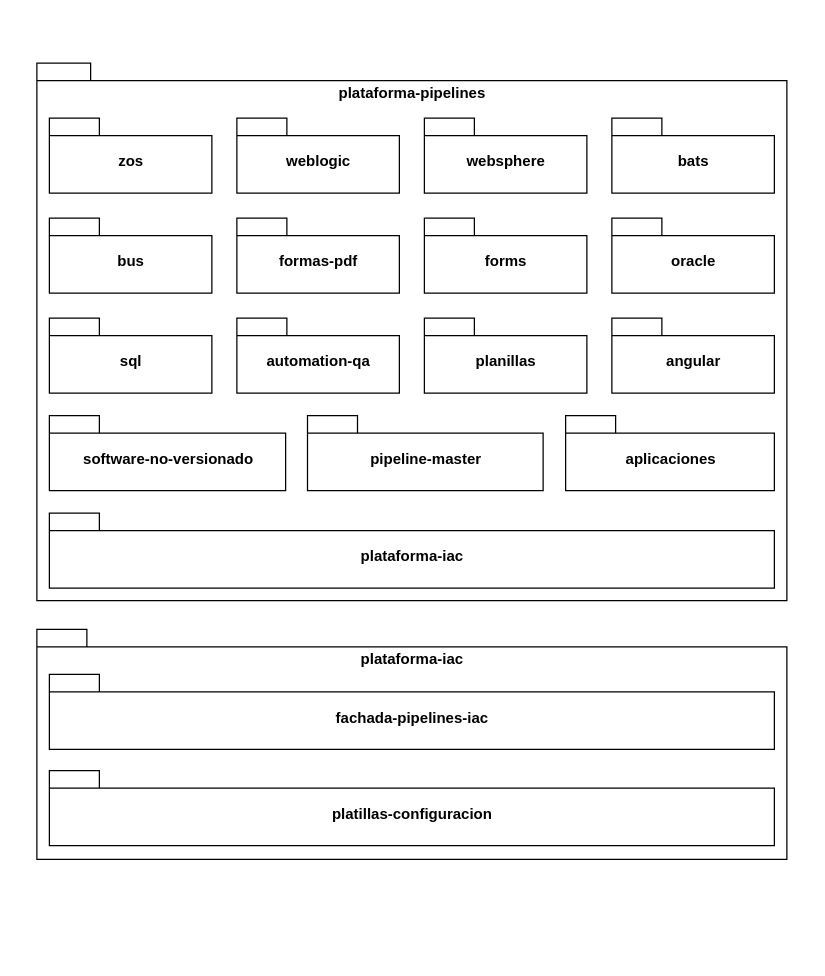
Before: images/logica-pipelines-nivel-0.drawio in fjroldan/diagrams, a draw.io diagram. Source tidied: cells renumbered, new cells numbered last; positions are measured from the earlier drawing's top-left corner, leaving out a move shared by most shapes. Both pictures are drawn from the tidied source at 125%, with x=0, y=0 at pixel (36, 62).
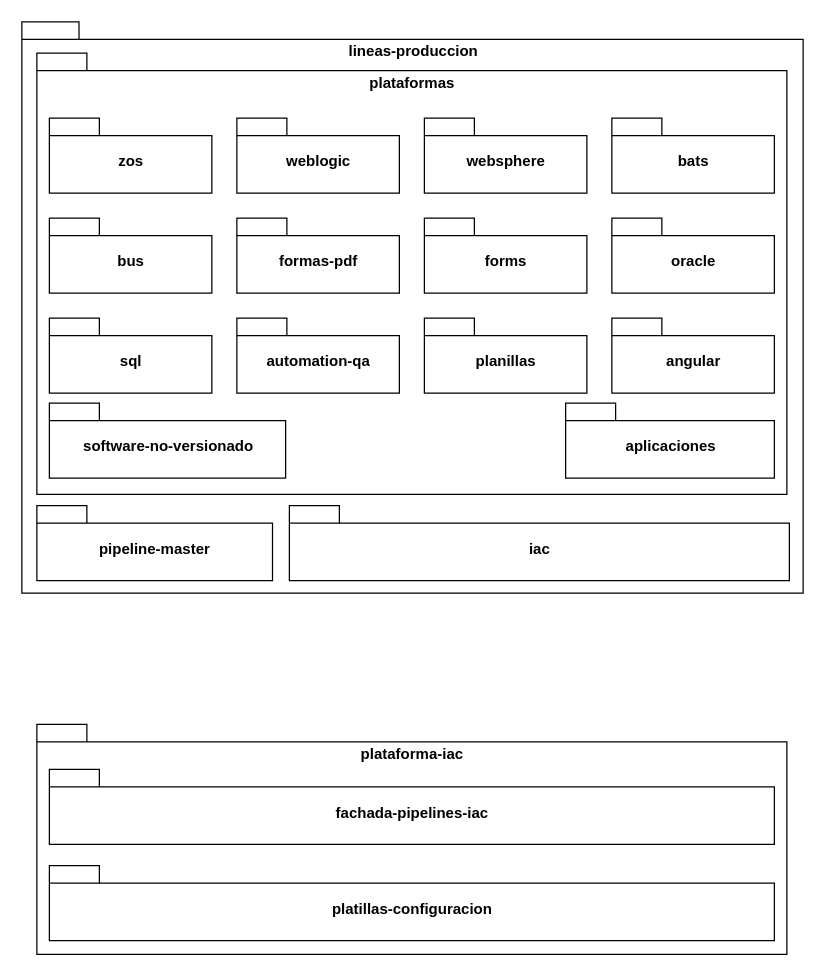
Above is the later version.

Diff of the diagram source:
```diff
@@
+    <mxCell id="22" value="lineas-produccion" style="shape=folder;fontStyle=1;spacingTop=10;tabWidth=40;tabHeight=14;tabPosition=left;html=1;verticalAlign=top;" parent="1" vertex="1">
+      <mxGeometry x="-12" y="-33" width="625" height="457" as="geometry" />
+    </mxCell>
-    <mxCell id="2" value="plataforma-pipelines" style="shape=folder;fontStyle=1;spacingTop=10;tabWidth=40;tabHeight=14;tabPosition=left;html=1;verticalAlign=top;" parent="1" vertex="1">
-      <mxGeometry width="600" height="430" as="geometry" />
+    <mxCell id="2" value="plataformas" style="shape=folder;fontStyle=1;spacingTop=10;tabWidth=40;tabHeight=14;tabPosition=left;html=1;verticalAlign=top;" parent="1" vertex="1">
+      <mxGeometry y="-8" width="600" height="353" as="geometry" />
     </mxCell>
@@
-    <mxCell id="14" value="plataforma-iac" style="shape=folder;fontStyle=1;spacingTop=10;tabWidth=40;tabHeight=14;tabPosition=left;html=1;" parent="1" vertex="1">
-      <mxGeometry x="10" y="360" width="580" height="60" as="geometry" />
+    <mxCell id="14" value="iac" style="shape=folder;fontStyle=1;spacingTop=10;tabWidth=40;tabHeight=14;tabPosition=left;html=1;" parent="1" vertex="1">
+      <mxGeometry x="202" y="354" width="400" height="60" as="geometry" />
     </mxCell>
@@
     <mxCell id="16" value="software-no-versionado" style="shape=folder;fontStyle=1;spacingTop=10;tabWidth=40;tabHeight=14;tabPosition=left;html=1;" parent="1" vertex="1">
-      <mxGeometry x="10" y="282" width="189" height="60" as="geometry" />
+      <mxGeometry x="10" y="272" width="189" height="60" as="geometry" />
     </mxCell>
     <mxCell id="17" value="pipeline-master" style="shape=folder;fontStyle=1;spacingTop=10;tabWidth=40;tabHeight=14;tabPosition=left;html=1;" parent="1" vertex="1">
-      <mxGeometry x="216.5" y="282" width="188.5" height="60" as="geometry" />
+      <mxGeometry y="354" width="188.5" height="60" as="geometry" />
     </mxCell>
     <mxCell id="18" value="plataforma-iac" style="shape=folder;fontStyle=1;spacingTop=10;tabWidth=40;tabHeight=14;tabPosition=left;html=1;verticalAlign=top;" parent="1" vertex="1">
-      <mxGeometry y="453" width="600" height="184" as="geometry" />
+      <mxGeometry y="529" width="600" height="184" as="geometry" />
     </mxCell>
     <mxCell id="19" value="fachada-pipelines-iac" style="shape=folder;fontStyle=1;spacingTop=10;tabWidth=40;tabHeight=14;tabPosition=left;html=1;" parent="1" vertex="1">
-      <mxGeometry x="10" y="489" width="580" height="60" as="geometry" />
+      <mxGeometry x="10" y="565" width="580" height="60" as="geometry" />
     </mxCell>
     <mxCell id="20" value="platillas-configuracion" style="shape=folder;fontStyle=1;spacingTop=10;tabWidth=40;tabHeight=14;tabPosition=left;html=1;" parent="1" vertex="1">
-      <mxGeometry x="10" y="566" width="580" height="60" as="geometry" />
+      <mxGeometry x="10" y="642" width="580" height="60" as="geometry" />
     </mxCell>
     <mxCell id="21" value="aplicaciones" style="shape=folder;fontStyle=1;spacingTop=10;tabWidth=40;tabHeight=14;tabPosition=left;html=1;" parent="1" vertex="1">
-      <mxGeometry x="423" y="282" width="167" height="60" as="geometry" />
+      <mxGeometry x="423" y="272" width="167" height="60" as="geometry" />
     </mxCell>
```
